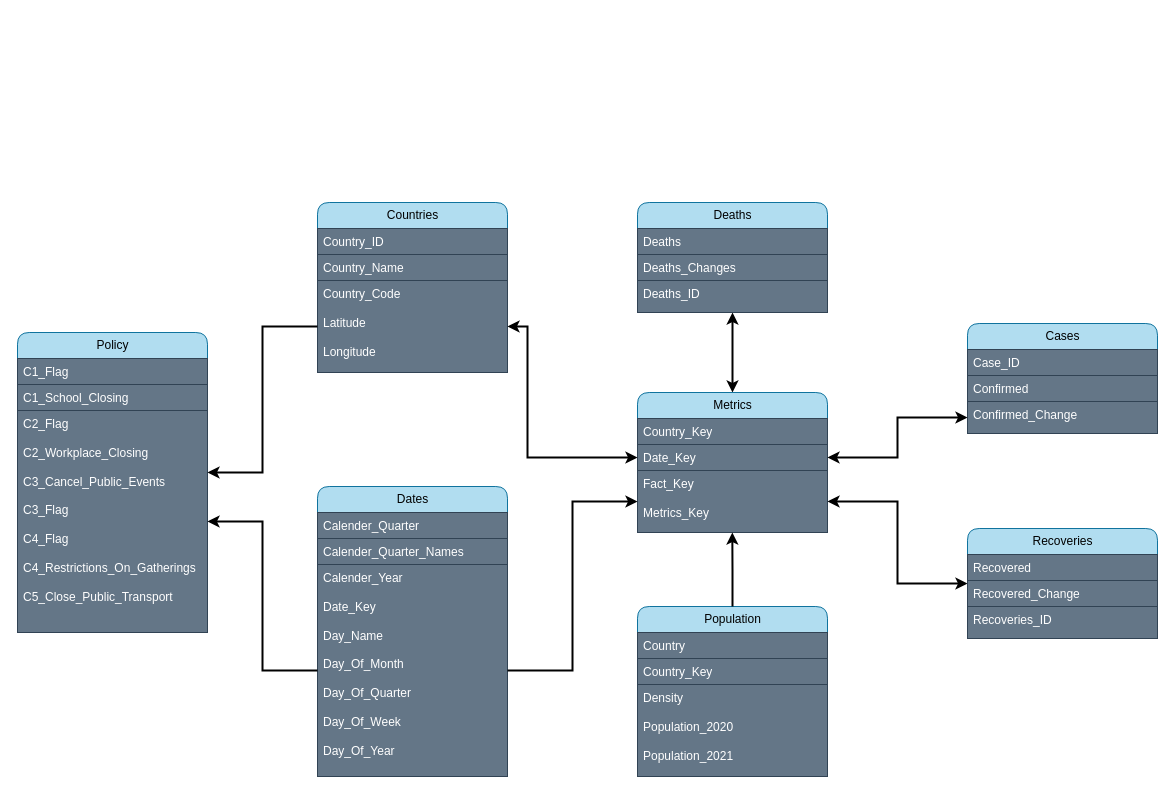
This is Schema Flow.drawio from Olivery0307/Covid-Data-Project, a draw.io file, before an edit. Source tidied: cells renumbered, new cells numbered last; positions are measured from the earlier drawing's top-left corner, leaving out a move shared by most shapes. Both pictures are drawn from the tidied source at 100%, with x=0, y=0 at pixel (17, 202).
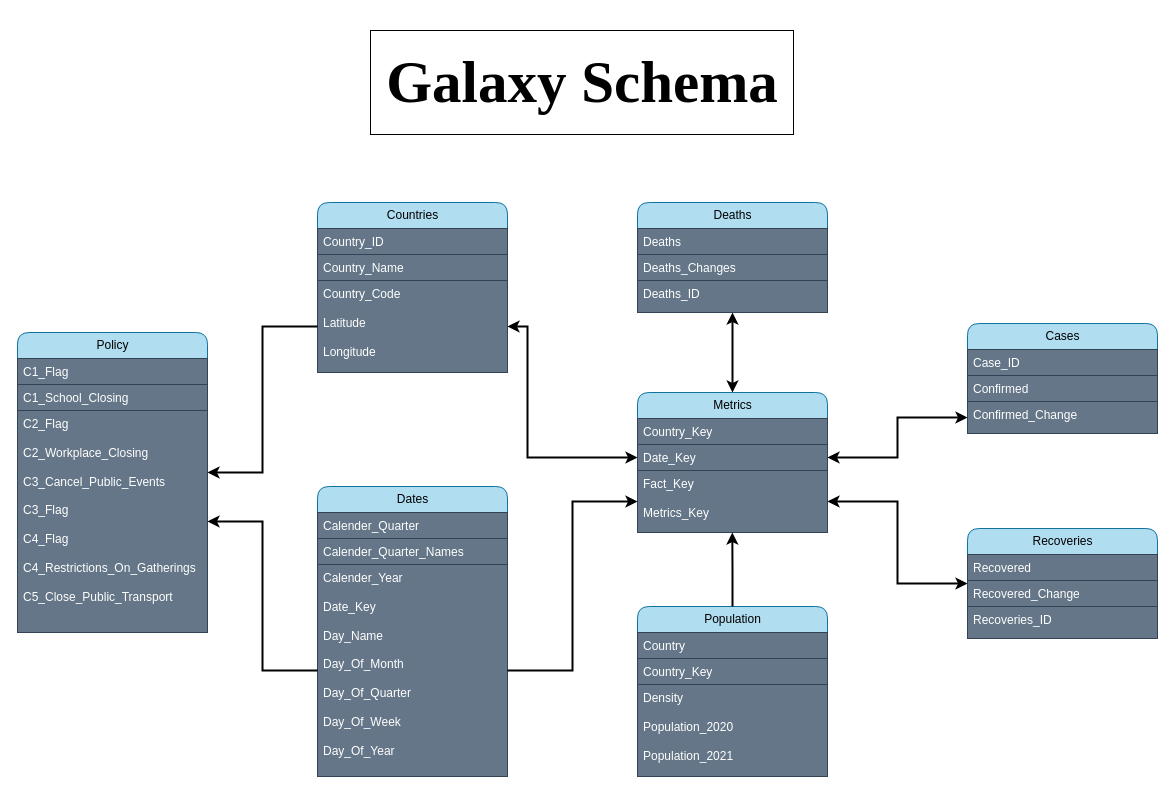
Above is the later version.

Change to the diagram source:
```diff
@@
+    <mxCell id="42" value="&lt;h1&gt;&lt;font style=&quot;font-size: 59px;&quot; face=&quot;Garamond&quot;&gt;&amp;nbsp;Galaxy Schema&amp;nbsp;&lt;/font&gt;&lt;/h1&gt;" style="text;html=1;strokeColor=none;fillColor=none;spacing=5;spacingTop=-20;overflow=hidden;rounded=0;align=center;verticalAlign=middle;labelBorderColor=default;labelBackgroundColor=none;whiteSpace=wrap;" parent="1" vertex="1">
+      <mxGeometry x="290" y="-170" width="550" height="120" as="geometry" />
+    </mxCell>
```
